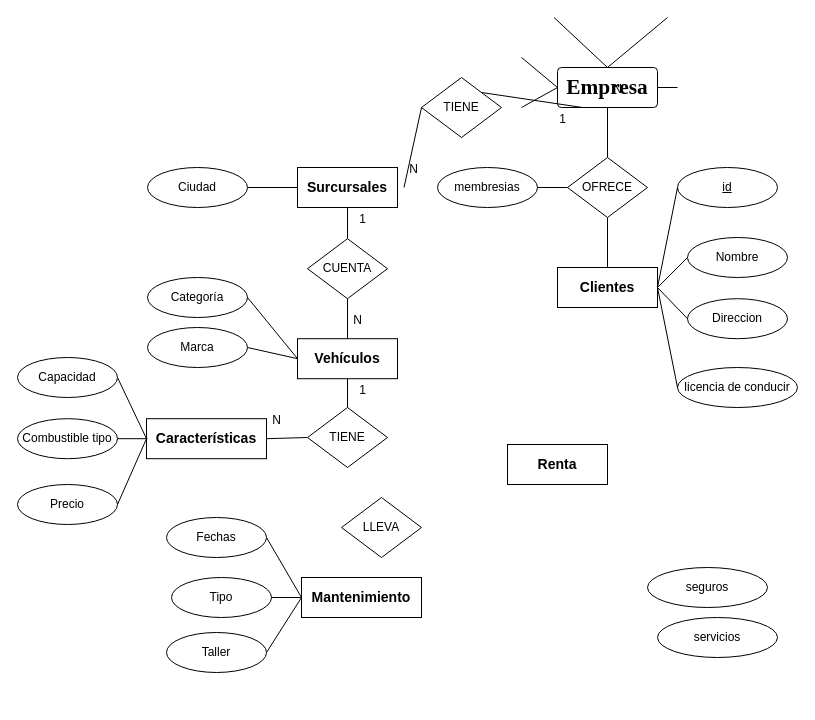
Earlier version of the draw.io diagram manicho.drawio (ByronCOR/ESTRUDATOS). Source tidied: cells renumbered, new cells numbered last; positions are measured from the earlier drawing's top-left corner, leaving out a move shared by most shapes. Both pictures are drawn from the tidied source at 100%, with x=0, y=0 at pixel (17, 17).
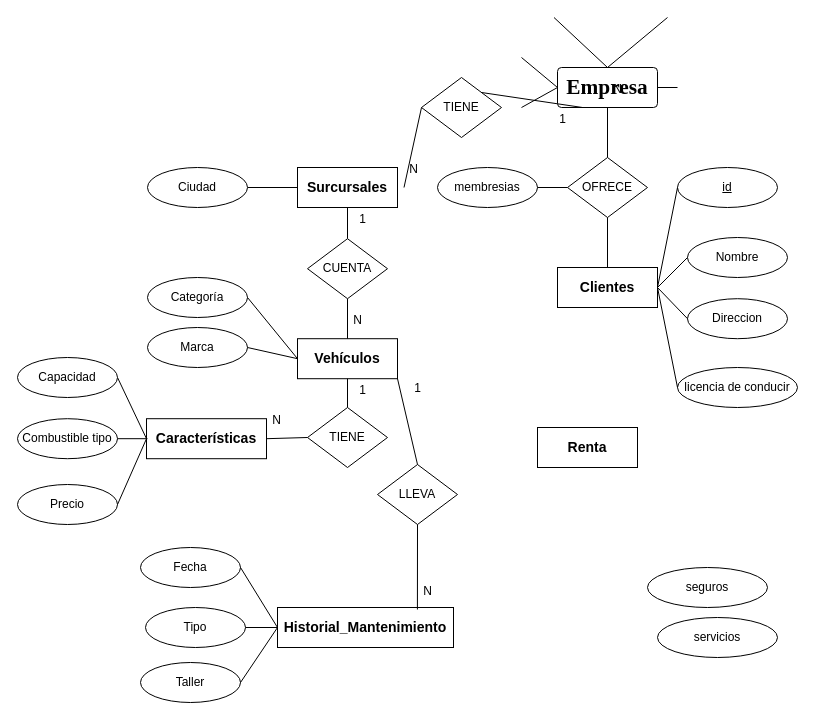
Above is the later version.

Unchanged cells that the change refers to:
```xml
<mxCell id="34" value="&lt;span style=&quot;font-size: 14px;&quot;&gt;&lt;b&gt;&amp;nbsp;Vehículos&amp;nbsp;&lt;/b&gt;&lt;/span&gt;" style="whiteSpace=wrap;html=1;align=center;" parent="1" vertex="1">
  <mxGeometry x="280" y="321.2" width="100" height="40" as="geometry" />
</mxCell>
```

What changed in the source:
```diff
@@
-    <mxCell id="35" value="&lt;span style=&quot;font-size: 14px;&quot;&gt;&lt;b&gt;Mantenimiento&lt;/b&gt;&lt;/span&gt;" style="whiteSpace=wrap;html=1;align=center;" parent="1" vertex="1">
-      <mxGeometry x="284" y="560" width="120" height="40" as="geometry" />
+    <mxCell id="35" value="&lt;span style=&quot;font-size: 14px;&quot;&gt;&lt;b&gt;Historial_Mantenimiento&lt;/b&gt;&lt;/span&gt;" style="whiteSpace=wrap;html=1;align=center;" parent="1" vertex="1">
+      <mxGeometry x="260" y="590" width="176" height="40" as="geometry" />
     </mxCell>
-    <mxCell id="36" value="&lt;div style=&quot;text-align: left;&quot;&gt;Fechas&lt;/div&gt;" style="ellipse;whiteSpace=wrap;html=1;align=center;" parent="1" vertex="1">
-      <mxGeometry x="149" y="500" width="100" height="40" as="geometry" />
+    <mxCell id="36" value="&lt;div style=&quot;text-align: left;&quot;&gt;Fecha&lt;/div&gt;" style="ellipse;whiteSpace=wrap;html=1;align=center;" parent="1" vertex="1">
+      <mxGeometry x="123" y="530" width="100" height="40" as="geometry" />
     </mxCell>
     <mxCell id="37" value="&lt;div style=&quot;text-align: left;&quot;&gt;Tipo&lt;/div&gt;" style="ellipse;whiteSpace=wrap;html=1;align=center;" parent="1" vertex="1">
-      <mxGeometry x="154" y="560" width="100" height="40" as="geometry" />
+      <mxGeometry x="128" y="590" width="100" height="40" as="geometry" />
     </mxCell>
     <mxCell id="38" value="&lt;div style=&quot;text-align: left;&quot;&gt;Taller&lt;/div&gt;" style="ellipse;whiteSpace=wrap;html=1;align=center;" parent="1" vertex="1">
-      <mxGeometry x="149" y="615" width="100" height="40" as="geometry" />
+      <mxGeometry x="123" y="645" width="100" height="40" as="geometry" />
     </mxCell>
@@
     <mxCell id="42" value="&lt;span style=&quot;font-size: 14px;&quot;&gt;&lt;b&gt;Renta&lt;/b&gt;&lt;/span&gt;" style="whiteSpace=wrap;html=1;align=center;" parent="1" vertex="1">
-      <mxGeometry x="490" y="427" width="100" height="40" as="geometry" />
+      <mxGeometry x="520" y="410" width="100" height="40" as="geometry" />
     </mxCell>
     <mxCell id="43" value="LLEVA" style="shape=rhombus;perimeter=rhombusPerimeter;whiteSpace=wrap;html=1;align=center;" parent="1" vertex="1">
-      <mxGeometry x="324" y="480" width="80" height="60" as="geometry" />
+      <mxGeometry x="360" y="447" width="80" height="60" as="geometry" />
     </mxCell>
@@
+    <mxCell id="64" style="endArrow=none;html=1;rounded=0;entryX=1;entryY=1;entryDx=0;entryDy=0;exitX=0.5;exitY=0;exitDx=0;exitDy=0;" parent="1" edge="1" source="43" target="34">
+      <mxGeometry relative="1" as="geometry" />
+    </mxCell>
+    <mxCell id="65" value="1" style="html=1;whiteSpace=wrap;align=right;verticalAlign=bottom;" parent="64" vertex="1">
+      <mxGeometry x="1" relative="1" as="geometry">
+        <mxPoint x="25" y="18" as="offset" />
+      </mxGeometry>
+    </mxCell>
+    <mxCell id="66" style="endArrow=none;html=1;rounded=0;exitX=0.5;exitY=1;exitDx=0;exitDy=0;entryX=0.795;entryY=0.05;entryDx=0;entryDy=0;entryPerimeter=0;" parent="1" edge="1" source="43" target="35">
+      <mxGeometry relative="1" as="geometry" />
+    </mxCell>
+    <mxCell id="67" value="N" style="html=1;whiteSpace=wrap;align=right;verticalAlign=bottom;" parent="66" vertex="1">
+      <mxGeometry x="1" relative="1" as="geometry">
+        <mxPoint x="16" y="-10" as="offset" />
+      </mxGeometry>
+    </mxCell>
```
